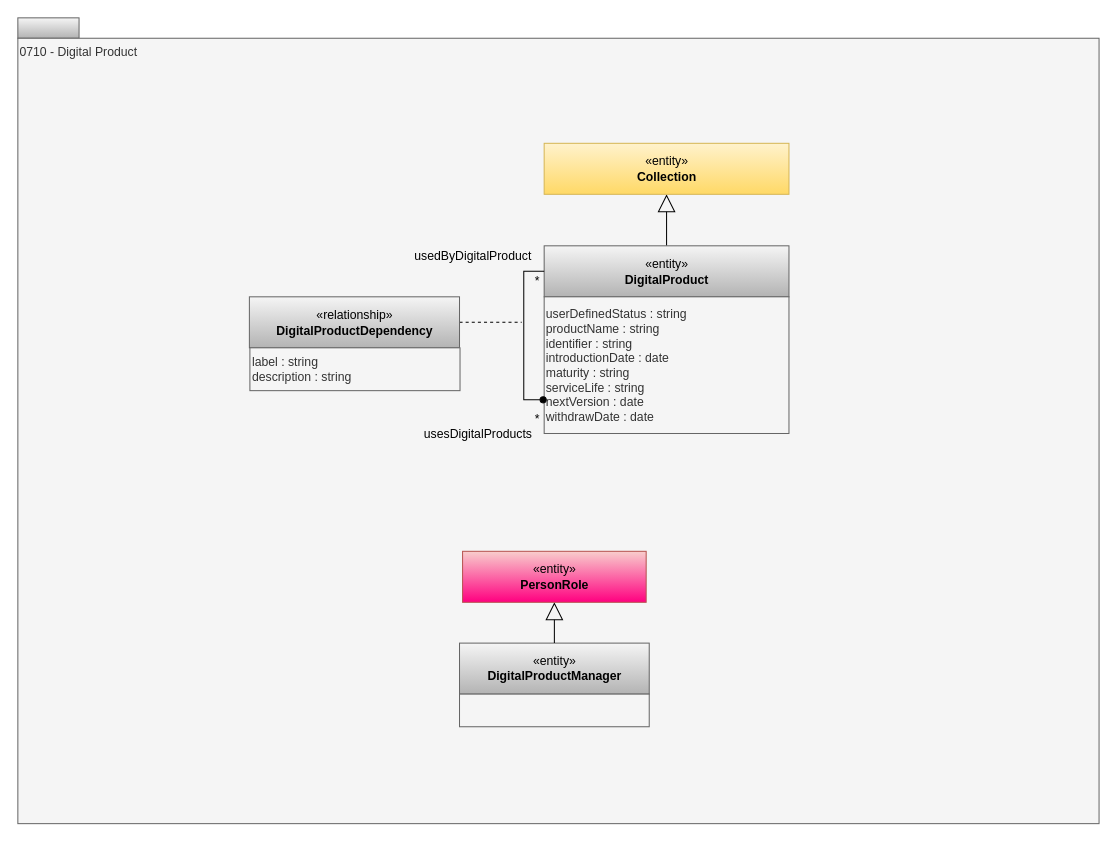
Above: page "0710-Digital-Products" (2 of 18) of site/docs/types/7/area-7-lineage.drawio in odpi/egeria-docs (draw.io), before the change. Source tidied: cells renumbered, new cells numbered last; positions are measured from the earlier drawing's top-left corner, leaving out a move shared by most shapes. Both pictures are drawn from the tidied source at 102%, with x=0, y=0 at pixel (17, 17).
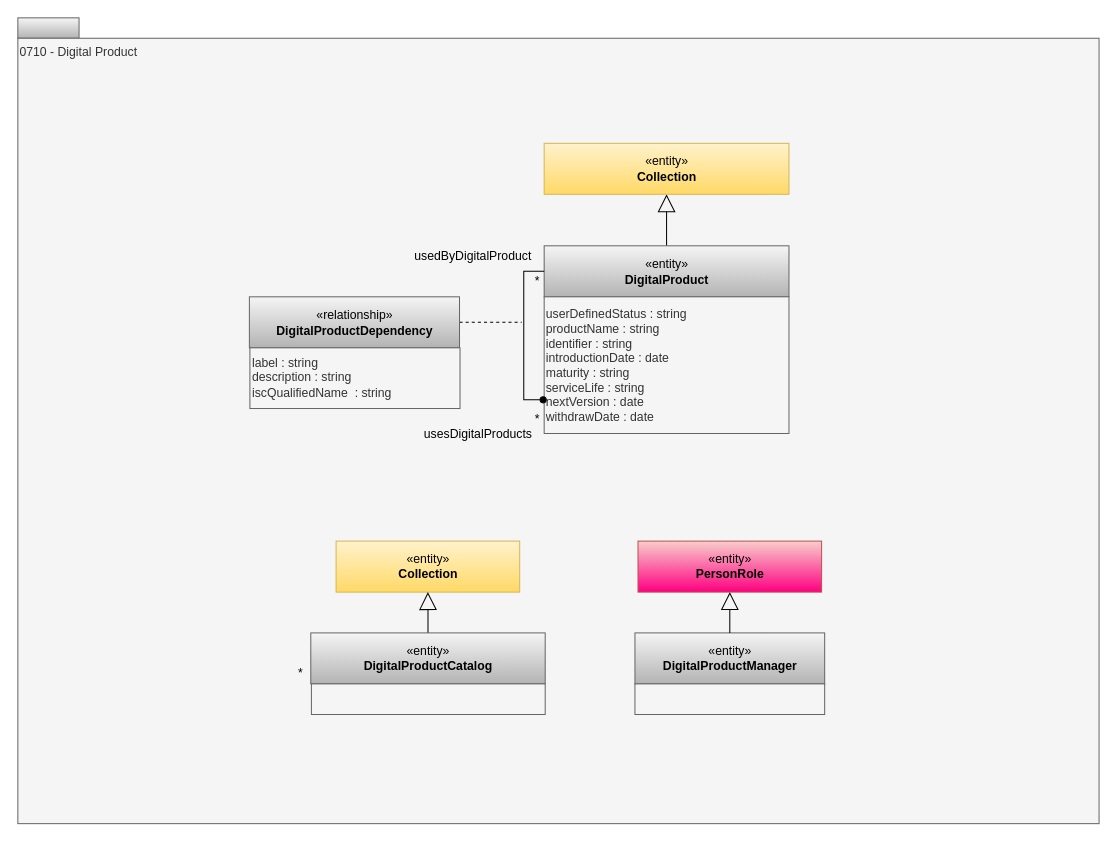
Above is the later version.

What changed in the source:
```diff
@@
-    <mxCell id="10" value="label : string&lt;div&gt;description : string&lt;/div&gt;" style="rounded=0;whiteSpace=wrap;html=1;strokeColor=#666666;align=left;fillColor=#f5f5f5;fontColor=#333333;" parent="1" vertex="1">
-      <mxGeometry x="227.5" y="323.5" width="206" height="42" as="geometry" />
+    <mxCell id="10" value="label : string&lt;div&gt;description : string&lt;/div&gt;&lt;div&gt;iscQualifiedName&amp;nbsp; : string&lt;/div&gt;" style="rounded=0;whiteSpace=wrap;html=1;strokeColor=#666666;align=left;fillColor=#f5f5f5;fontColor=#333333;" parent="1" vertex="1">
+      <mxGeometry x="227.5" y="323.5" width="206" height="59.5" as="geometry" />
     </mxCell>
@@
     <mxCell id="16" value="«entity»&lt;br&gt;&lt;b&gt;DigitalProductManager&lt;/b&gt;" style="html=1;strokeColor=#666666;align=center;fillColor=#f5f5f5;gradientColor=#b3b3b3;" parent="1" vertex="1">
-      <mxGeometry x="433" y="613" width="186" height="50" as="geometry" />
+      <mxGeometry x="605" y="603" width="186" height="50" as="geometry" />
     </mxCell>
     <mxCell id="17" style="rounded=0;whiteSpace=wrap;html=1;strokeColor=#666666;align=left;fillColor=#f5f5f5;fontColor=#333333;" parent="1" vertex="1">
-      <mxGeometry x="433" y="663" width="186" height="32" as="geometry" />
+      <mxGeometry x="605" y="653" width="186" height="30" as="geometry" />
     </mxCell>
@@
     <mxCell id="19" value="«entity»&lt;br&gt;&lt;b&gt;PersonRole&lt;/b&gt;" style="html=1;strokeColor=#b85450;align=center;fillColor=#f8cecc;gradientColor=#FF0080;" parent="1" vertex="1">
-      <mxGeometry x="436" y="523" width="180" height="50" as="geometry" />
+      <mxGeometry x="608" y="513" width="180" height="50" as="geometry" />
     </mxCell>
+    <mxCell id="20" value="«entity»&lt;br&gt;&lt;b&gt;Collection&lt;/b&gt;" style="html=1;strokeColor=#d6b656;align=center;fillColor=#fff2cc;gradientColor=#ffd966;" parent="1" vertex="1">
+      <mxGeometry x="312" y="513" width="180" height="50" as="geometry" />
+    </mxCell>
+    <mxCell id="21" style="edgeStyle=orthogonalEdgeStyle;rounded=0;jettySize=auto;html=1;exitX=0.5;exitY=0;exitDx=0;exitDy=0;endArrow=block;endFill=0;endSize=15;strokeWidth=1;" parent="1" edge="1" source="22" target="20">
+      <mxGeometry relative="1" as="geometry" />
+    </mxCell>
+    <mxCell id="22" value="«entity»&lt;br&gt;&lt;b&gt;DigitalProductCatalog&lt;/b&gt;" style="html=1;strokeColor=#666666;align=center;fillColor=#f5f5f5;gradientColor=#b3b3b3;" parent="1" vertex="1">
+      <mxGeometry x="287.2" y="603" width="229.8" height="50" as="geometry" />
+    </mxCell>
+    <mxCell id="23" style="rounded=0;whiteSpace=wrap;html=1;strokeColor=#666666;align=left;fillColor=#f5f5f5;fontColor=#333333;" parent="1" vertex="1">
+      <mxGeometry x="287.8" y="653" width="229.2" height="30" as="geometry" />
+    </mxCell>
+    <mxCell id="24" value="*" style="text;html=1;align=center;verticalAlign=top;spacingTop=-4;" parent="1" vertex="1">
+      <mxGeometry x="269" y="632.5" width="15" height="14" as="geometry" />
+    </mxCell>
```
